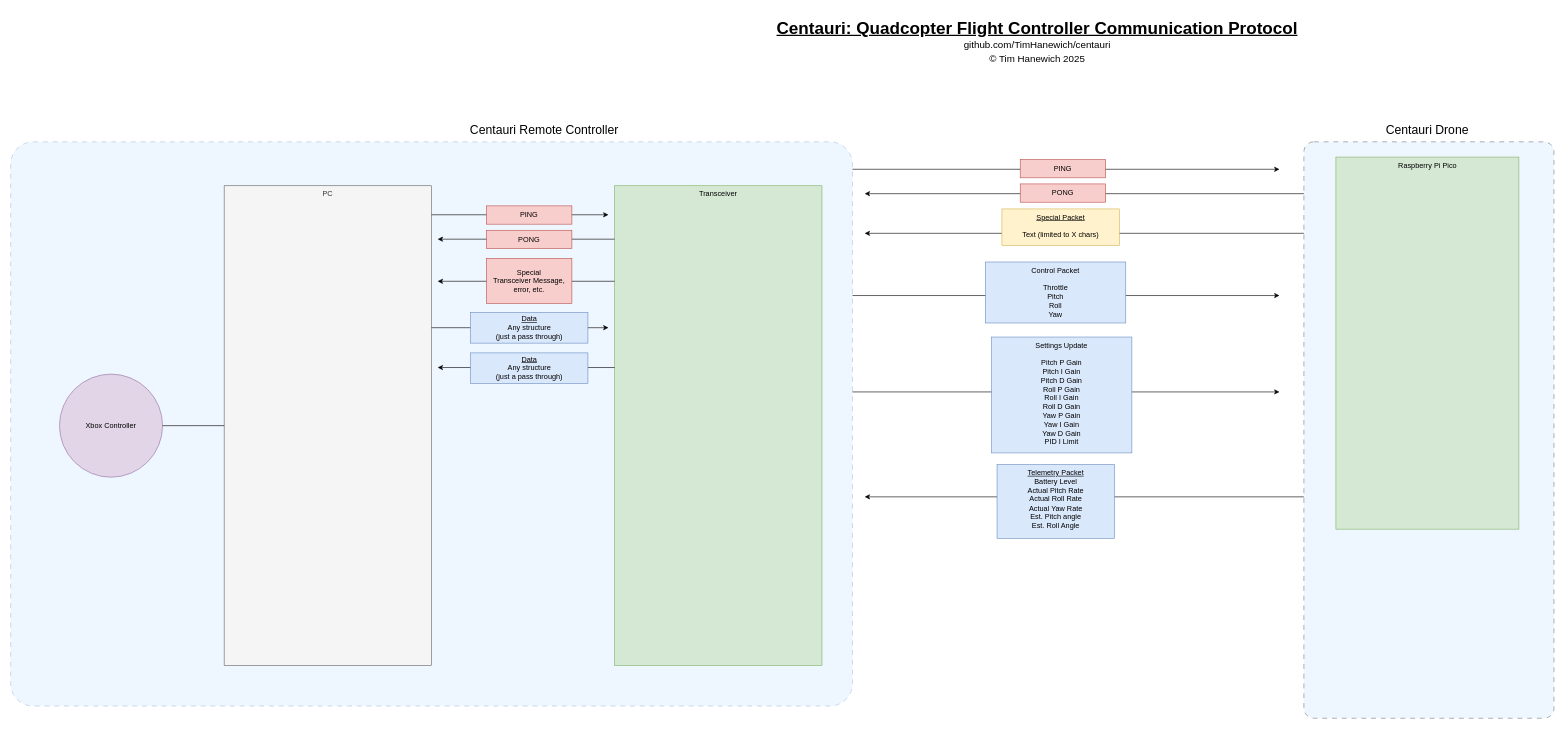
Before: research/communication/communication.drawio in TimHanewich/centauri, a draw.io diagram. Source tidied: cells renumbered, new cells numbered last; positions are measured from the earlier drawing's top-left corner, leaving out a move shared by most shapes. Both pictures are drawn from the tidied source at 61%, with x=0, y=0 at pixel (10, 10).
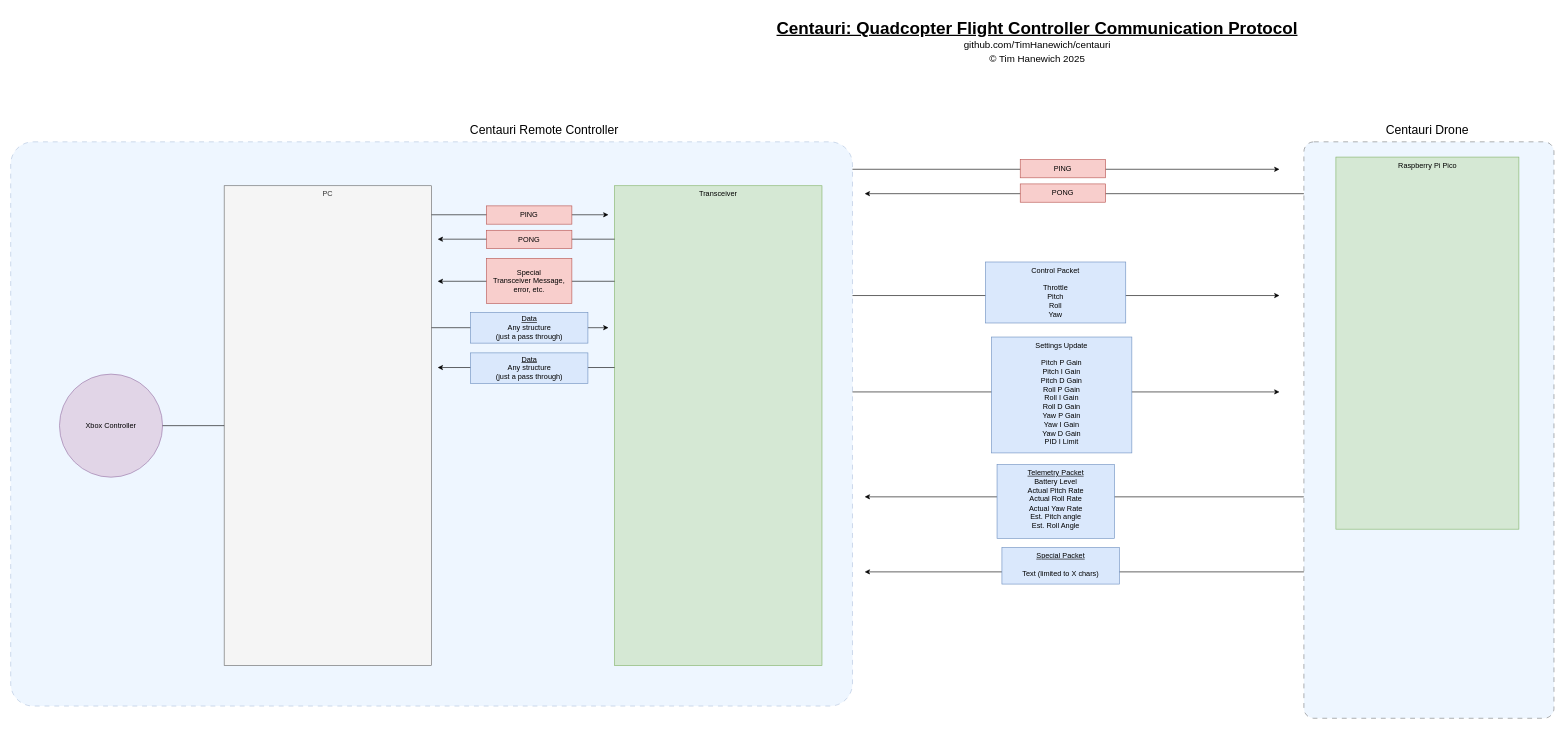
The same diagram, later.

Commit message:
Updated communication diagram

What changed in the source:
```diff
@@
     <mxCell id="11" style="endArrow=classic;html=1;rounded=0;" parent="1" edge="1">
       <mxGeometry relative="1" as="geometry">
-        <mxPoint x="2120" y="365" as="sourcePoint" />
-        <mxPoint x="1400" y="365" as="targetPoint" />
+        <mxPoint x="2120" y="920" as="sourcePoint" />
+        <mxPoint x="1400" y="920" as="targetPoint" />
       </mxGeometry>
     </mxCell>
-    <mxCell id="12" value="&lt;u&gt;Special Packet&lt;/u&gt;&lt;div&gt;&lt;br&gt;&lt;/div&gt;&lt;div&gt;Text (limited to X chars)&lt;/div&gt;" style="rounded=0;whiteSpace=wrap;html=1;fillColor=#fff2cc;strokeColor=#d6b656;verticalAlign=top;" parent="1" vertex="1">
-      <mxGeometry x="1625" y="325" width="192.5" height="60" as="geometry" />
+    <mxCell id="12" value="&lt;u&gt;Special Packet&lt;/u&gt;&lt;div&gt;&lt;br&gt;&lt;/div&gt;&lt;div&gt;Text (limited to X chars)&lt;/div&gt;" style="rounded=0;whiteSpace=wrap;html=1;fillColor=#dae8fc;strokeColor=#6c8ebf;verticalAlign=top;" parent="1" vertex="1">
+      <mxGeometry x="1625" y="880" width="192.5" height="60" as="geometry" />
     </mxCell>
```
